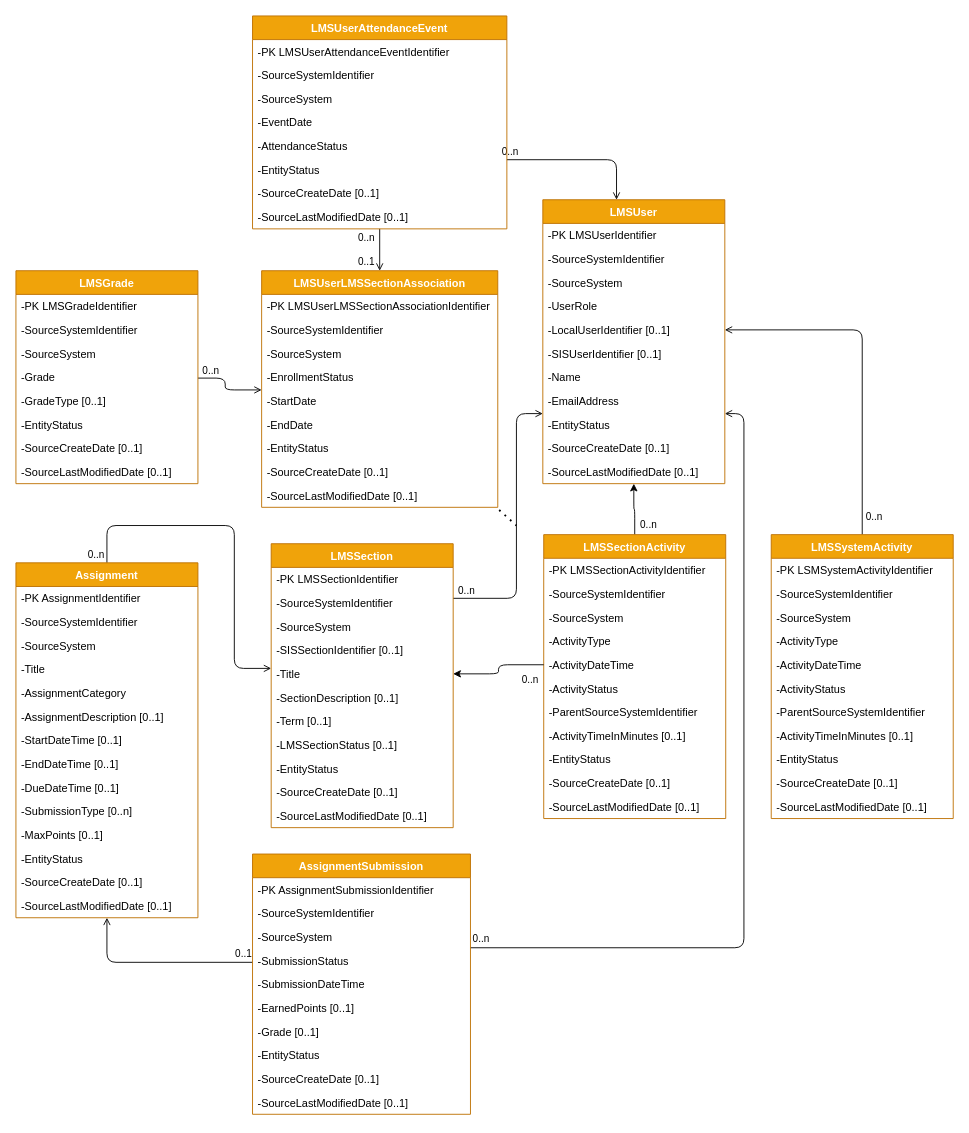
Before: page "Proposed UDM" (1 of 5) of docs/LMS-Toolkit-API-UML.drawio in Ed-Fi-Exchange-OSS/LMS-Toolkit, a draw.io diagram. Source tidied: cells renumbered, new cells numbered last; positions are measured from the earlier drawing's top-left corner, leaving out a move shared by most shapes. Both pictures are drawn from the tidied source at 91%, with x=0, y=0 at pixel (15, 15).
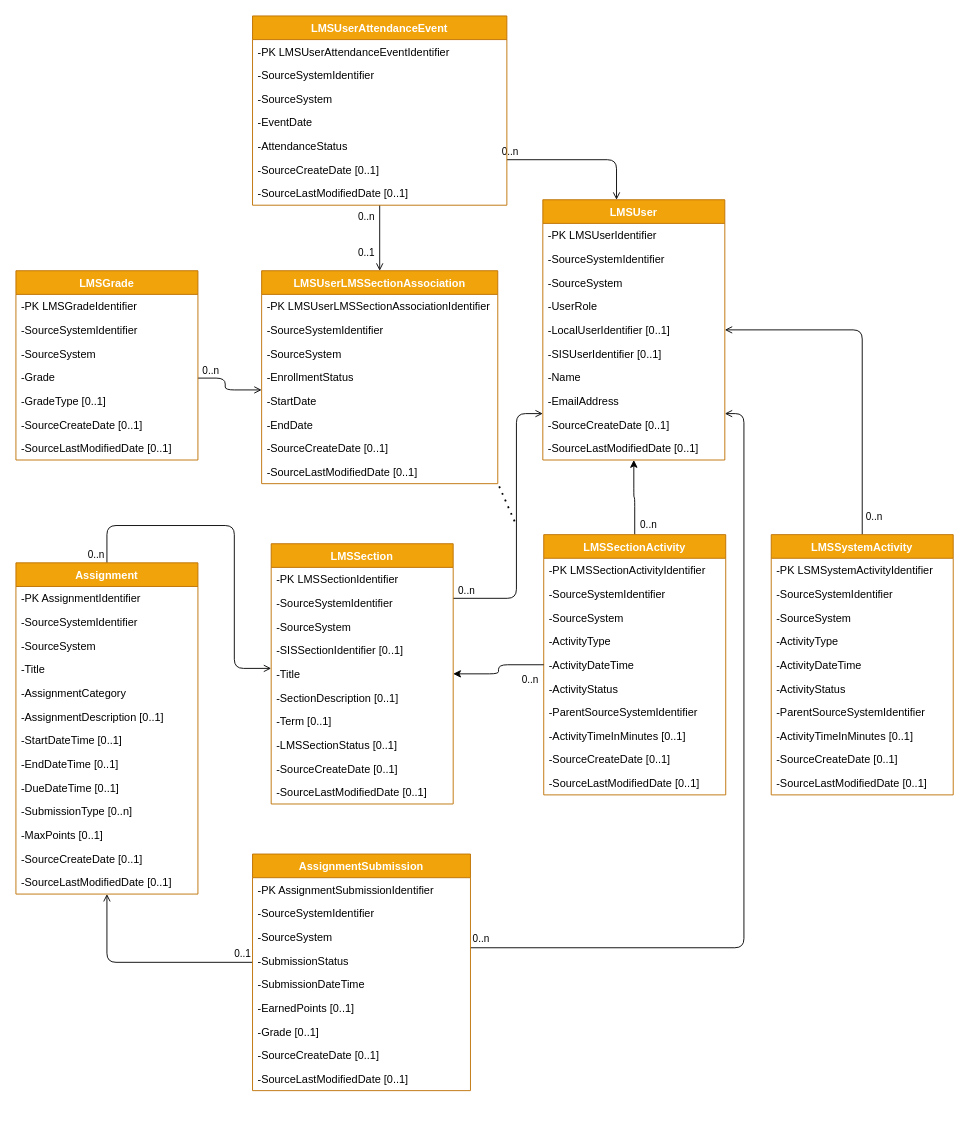
After the change.

What changed in the source:
```diff
@@
     <mxCell id="19" value="Assignment" style="swimlane;fontStyle=1;horizontal=1;startSize=26;fillColor=#f0a30a;strokeColor=#BD7000;fontColor=#ffffff;" parent="1" vertex="1">
-      <mxGeometry y="601" width="200" height="390" as="geometry" />
+      <mxGeometry y="601" width="200" height="364" as="geometry" />
     </mxCell>
@@
-    <mxCell id="31" value="-EntityStatus" style="text;align=left;verticalAlign=top;spacingLeft=4;spacingRight=4;overflow=hidden;" parent="19" vertex="1">
-      <mxGeometry y="312" width="200" height="26" as="geometry" />
-    </mxCell>
     <mxCell id="32" value="-SourceCreateDate [0..1]" style="text;align=left;verticalAlign=top;spacingLeft=4;spacingRight=4;overflow=hidden;" parent="19" vertex="1">
-      <mxGeometry y="338" width="200" height="26" as="geometry" />
+      <mxGeometry y="312" width="200" height="26" as="geometry" />
     </mxCell>
     <mxCell id="33" value="-SourceLastModifiedDate [0..1]" style="text;align=left;verticalAlign=top;spacingLeft=4;spacingRight=4;overflow=hidden;" parent="19" vertex="1">
-      <mxGeometry y="364" width="200" height="26" as="geometry" />
+      <mxGeometry y="338" width="200" height="26" as="geometry" />
     </mxCell>
     <mxCell id="34" value="LMSSection" style="swimlane;fontStyle=1;horizontal=1;startSize=26;fillColor=#f0a30a;strokeColor=#BD7000;fontColor=#ffffff;" parent="1" vertex="1">
-      <mxGeometry x="280.5" y="580" width="200" height="312" as="geometry" />
+      <mxGeometry x="280.5" y="580" width="200" height="286" as="geometry" />
     </mxCell>
@@
-    <mxCell id="43" value="-EntityStatus" style="text;align=left;verticalAlign=top;spacingLeft=4;spacingRight=4;overflow=hidden;" parent="34" vertex="1">
-      <mxGeometry y="234" width="200" height="26" as="geometry" />
-    </mxCell>
     <mxCell id="44" value="-SourceCreateDate [0..1]" style="text;align=left;verticalAlign=top;spacingLeft=4;spacingRight=4;overflow=hidden;" parent="34" vertex="1">
-      <mxGeometry y="260" width="200" height="26" as="geometry" />
+      <mxGeometry y="234" width="200" height="26" as="geometry" />
     </mxCell>
     <mxCell id="45" value="-SourceLastModifiedDate [0..1]" style="text;align=left;verticalAlign=top;spacingLeft=4;spacingRight=4;overflow=hidden;" parent="34" vertex="1">
-      <mxGeometry y="286" width="200" height="26" as="geometry" />
+      <mxGeometry y="260" width="200" height="26" as="geometry" />
     </mxCell>
@@
     <mxCell id="48" value="LMSSectionActivity" style="swimlane;fontStyle=1;horizontal=1;startSize=26;fillColor=#f0a30a;strokeColor=#BD7000;fontColor=#ffffff;" parent="1" vertex="1">
-      <mxGeometry x="580" y="570" width="200" height="312" as="geometry" />
+      <mxGeometry x="580" y="570" width="200" height="286" as="geometry" />
     </mxCell>
@@
-    <mxCell id="57" value="-EntityStatus" style="text;align=left;verticalAlign=top;spacingLeft=4;spacingRight=4;overflow=hidden;" parent="48" vertex="1">
-      <mxGeometry y="234" width="200" height="26" as="geometry" />
-    </mxCell>
     <mxCell id="58" value="-SourceCreateDate [0..1]" style="text;align=left;verticalAlign=top;spacingLeft=4;spacingRight=4;overflow=hidden;" parent="48" vertex="1">
-      <mxGeometry y="260" width="200" height="26" as="geometry" />
+      <mxGeometry y="234" width="200" height="26" as="geometry" />
     </mxCell>
     <mxCell id="59" value="-SourceLastModifiedDate [0..1]" style="text;align=left;verticalAlign=top;spacingLeft=4;spacingRight=4;overflow=hidden;" parent="48" vertex="1">
-      <mxGeometry y="286" width="200" height="26" as="geometry" />
+      <mxGeometry y="260" width="200" height="26" as="geometry" />
     </mxCell>
     <mxCell id="60" value="LMSSystemActivity" style="swimlane;fontStyle=1;horizontal=1;startSize=26;fillColor=#f0a30a;strokeColor=#BD7000;fontColor=#ffffff;" parent="1" vertex="1">
-      <mxGeometry x="830" y="570" width="200" height="312" as="geometry" />
+      <mxGeometry x="830" y="570" width="200" height="286" as="geometry" />
     </mxCell>
@@
-    <mxCell id="69" value="-EntityStatus" style="text;align=left;verticalAlign=top;spacingLeft=4;spacingRight=4;overflow=hidden;" parent="60" vertex="1">
-      <mxGeometry y="234" width="200" height="26" as="geometry" />
-    </mxCell>
     <mxCell id="70" value="-SourceCreateDate [0..1]" style="text;align=left;verticalAlign=top;spacingLeft=4;spacingRight=4;overflow=hidden;" parent="60" vertex="1">
-      <mxGeometry y="260" width="200" height="26" as="geometry" />
+      <mxGeometry y="234" width="200" height="26" as="geometry" />
     </mxCell>
     <mxCell id="71" value="-SourceLastModifiedDate [0..1]" style="text;align=left;verticalAlign=top;spacingLeft=4;spacingRight=4;overflow=hidden;" parent="60" vertex="1">
-      <mxGeometry y="286" width="200" height="26" as="geometry" />
+      <mxGeometry y="260" width="200" height="26" as="geometry" />
     </mxCell>
@@
     <mxCell id="75" value="LMSUser" style="swimlane;fontStyle=1;horizontal=1;startSize=26;align=center;fillColor=#f0a30a;strokeColor=#BD7000;fontColor=#ffffff;" parent="1" vertex="1">
-      <mxGeometry x="579" y="202" width="200" height="312" as="geometry" />
+      <mxGeometry x="579" y="202" width="200" height="286" as="geometry" />
     </mxCell>
@@
-    <mxCell id="84" value="-EntityStatus" style="text;align=left;verticalAlign=top;spacingLeft=4;spacingRight=4;overflow=hidden;" parent="75" vertex="1">
-      <mxGeometry y="234" width="200" height="26" as="geometry" />
-    </mxCell>
     <mxCell id="85" value="-SourceCreateDate [0..1]" style="text;align=left;verticalAlign=top;spacingLeft=4;spacingRight=4;overflow=hidden;" parent="75" vertex="1">
-      <mxGeometry y="260" width="200" height="26" as="geometry" />
+      <mxGeometry y="234" width="200" height="26" as="geometry" />
     </mxCell>
     <mxCell id="86" value="-SourceLastModifiedDate [0..1]" style="text;align=left;verticalAlign=top;spacingLeft=4;spacingRight=4;overflow=hidden;" parent="75" vertex="1">
-      <mxGeometry y="286" width="200" height="26" as="geometry" />
+      <mxGeometry y="260" width="200" height="26" as="geometry" />
     </mxCell>
     <mxCell id="87" value="AssignmentSubmission" style="swimlane;fontStyle=1;horizontal=1;startSize=26;fillColor=#f0a30a;strokeColor=#BD7000;fontColor=#ffffff;" parent="1" vertex="1">
-      <mxGeometry x="260" y="921" width="239.5" height="286" as="geometry" />
+      <mxGeometry x="260" y="921" width="239.5" height="260" as="geometry" />
     </mxCell>
@@
-    <mxCell id="95" value="-EntityStatus" style="text;align=left;verticalAlign=top;spacingLeft=4;spacingRight=4;overflow=hidden;" parent="87" vertex="1">
-      <mxGeometry y="208" width="239.5" height="26" as="geometry" />
-    </mxCell>
     <mxCell id="96" value="-SourceCreateDate [0..1]" style="text;align=left;verticalAlign=top;spacingLeft=4;spacingRight=4;overflow=hidden;" parent="87" vertex="1">
-      <mxGeometry y="234" width="239.5" height="26" as="geometry" />
+      <mxGeometry y="208" width="239.5" height="26" as="geometry" />
     </mxCell>
     <mxCell id="97" value="-SourceLastModifiedDate [0..1]" style="text;align=left;verticalAlign=top;spacingLeft=4;spacingRight=4;overflow=hidden;" parent="87" vertex="1">
-      <mxGeometry y="260" width="239.5" height="26" as="geometry" />
+      <mxGeometry y="234" width="239.5" height="26" as="geometry" />
     </mxCell>
     <mxCell id="98" value="LMSUserLMSSectionAssociation" style="swimlane;fontStyle=1;horizontal=1;startSize=26;fillColor=#f0a30a;strokeColor=#BD7000;fontColor=#ffffff;" parent="1" vertex="1">
-      <mxGeometry x="270" y="280" width="259.5" height="260" as="geometry" />
+      <mxGeometry x="270" y="280" width="259.5" height="234" as="geometry" />
     </mxCell>
@@
-    <mxCell id="105" value="-EntityStatus" style="text;align=left;verticalAlign=top;spacingLeft=4;spacingRight=4;overflow=hidden;" parent="98" vertex="1">
-      <mxGeometry y="182" width="259.5" height="26" as="geometry" />
-    </mxCell>
     <mxCell id="106" value="-SourceCreateDate [0..1]" style="text;align=left;verticalAlign=top;spacingLeft=4;spacingRight=4;overflow=hidden;" parent="98" vertex="1">
-      <mxGeometry y="208" width="259.5" height="26" as="geometry" />
+      <mxGeometry y="182" width="259.5" height="26" as="geometry" />
     </mxCell>
     <mxCell id="107" value="-SourceLastModifiedDate [0..1]" style="text;align=left;verticalAlign=top;spacingLeft=4;spacingRight=4;overflow=hidden;points=[[0,0.5],[1,0.5]];portConstraint=eastwest;" parent="98" vertex="1">
-      <mxGeometry y="234" width="259.5" height="26" as="geometry" />
+      <mxGeometry y="208" width="259.5" height="26" as="geometry" />
     </mxCell>
     <mxCell id="108" value="LMSUserAttendanceEvent" style="swimlane;fontStyle=1;horizontal=1;startSize=26;align=center;fillColor=#f0a30a;strokeColor=#BD7000;fontColor=#ffffff;" parent="1" vertex="1">
-      <mxGeometry x="260" width="279.5" height="234" as="geometry" />
+      <mxGeometry x="260" width="279.5" height="208" as="geometry" />
     </mxCell>
@@
-    <mxCell id="114" value="-EntityStatus" style="text;align=left;verticalAlign=top;spacingLeft=4;spacingRight=4;overflow=hidden;" parent="108" vertex="1">
-      <mxGeometry y="156" width="279.5" height="26" as="geometry" />
-    </mxCell>
     <mxCell id="115" value="-SourceCreateDate [0..1]" style="text;align=left;verticalAlign=top;spacingLeft=4;spacingRight=4;overflow=hidden;" parent="108" vertex="1">
-      <mxGeometry y="182" width="279.5" height="26" as="geometry" />
+      <mxGeometry y="156" width="279.5" height="26" as="geometry" />
     </mxCell>
     <mxCell id="116" value="-SourceLastModifiedDate [0..1]" style="text;align=left;verticalAlign=top;spacingLeft=4;spacingRight=4;overflow=hidden;" parent="108" vertex="1">
-      <mxGeometry y="208" width="279.5" height="26" as="geometry" />
+      <mxGeometry y="182" width="279.5" height="26" as="geometry" />
     </mxCell>
     <mxCell id="117" value="LMSGrade" style="swimlane;fontStyle=1;horizontal=1;startSize=26;fillColor=#f0a30a;strokeColor=#BD7000;fontColor=#ffffff;" parent="1" vertex="1">
-      <mxGeometry y="280" width="200" height="234" as="geometry" />
+      <mxGeometry y="280" width="200" height="208" as="geometry" />
     </mxCell>
@@
-    <mxCell id="123" value="-EntityStatus" style="text;align=left;verticalAlign=top;spacingLeft=4;spacingRight=4;overflow=hidden;" parent="117" vertex="1">
-      <mxGeometry y="156" width="200" height="26" as="geometry" />
-    </mxCell>
     <mxCell id="124" value="-SourceCreateDate [0..1]" style="text;align=left;verticalAlign=top;spacingLeft=4;spacingRight=4;overflow=hidden;" parent="117" vertex="1">
-      <mxGeometry y="182" width="200" height="26" as="geometry" />
+      <mxGeometry y="156" width="200" height="26" as="geometry" />
     </mxCell>
     <mxCell id="125" value="-SourceLastModifiedDate [0..1]" style="text;align=left;verticalAlign=top;spacingLeft=4;spacingRight=4;overflow=hidden;" parent="117" vertex="1">
-      <mxGeometry y="208" width="200" height="26" as="geometry" />
+      <mxGeometry y="182" width="200" height="26" as="geometry" />
     </mxCell>
```
